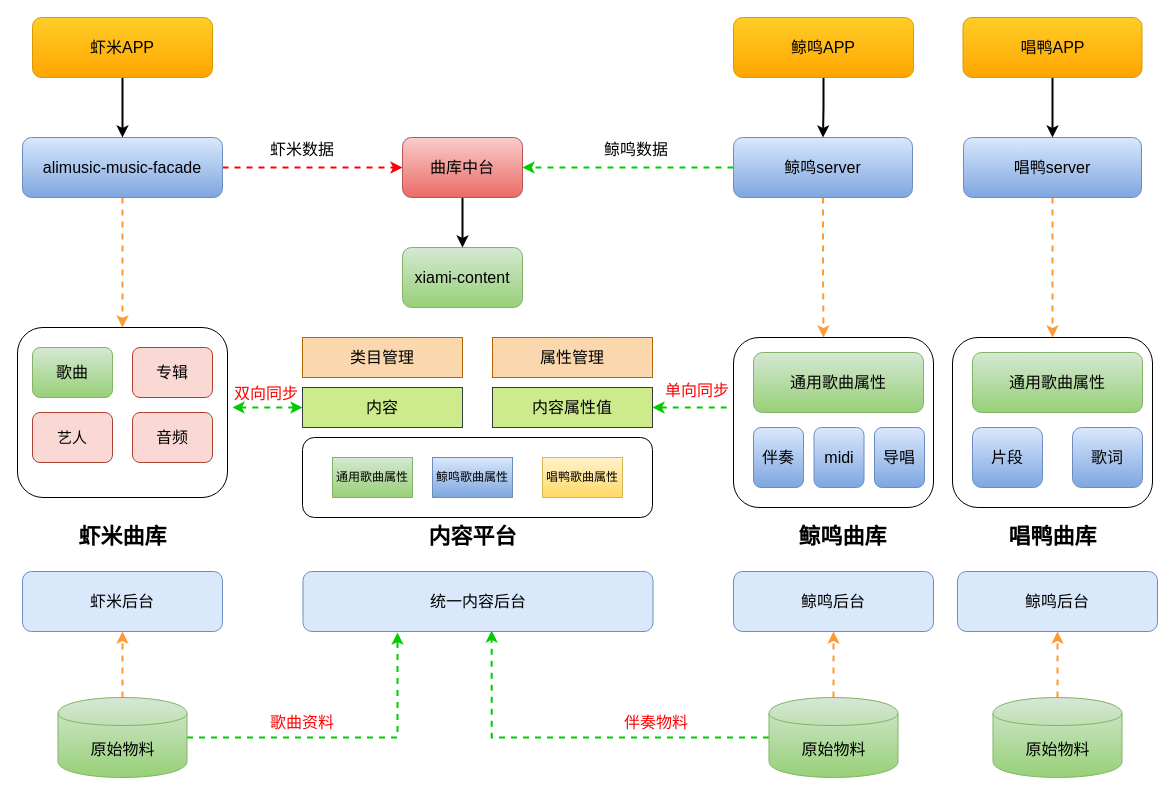
Earlier version of the draw.io diagram bigsongs.drawio (QuanCong/draw). Source tidied: cells renumbered, new cells numbered last; positions are measured from the earlier drawing's top-left corner, leaving out a move shared by most shapes. Both pictures are drawn from the tidied source at 100%, with x=0, y=0 at pixel (17, 17).
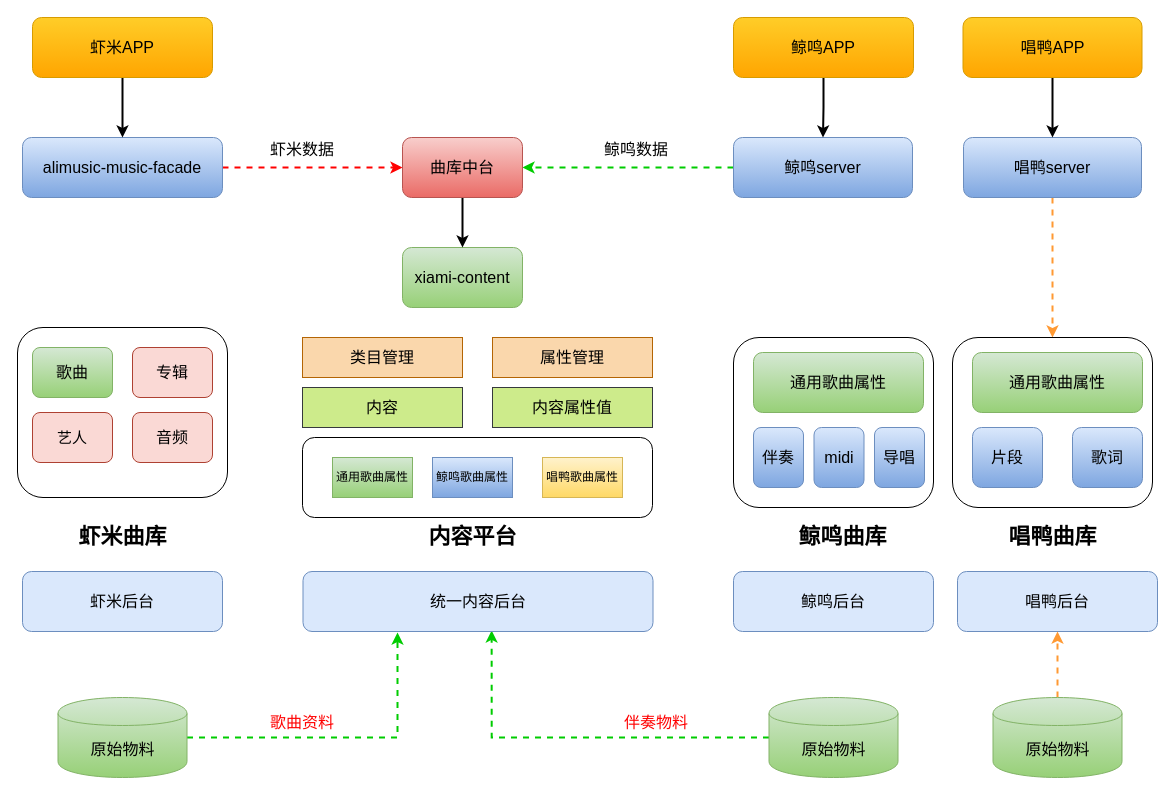
The same page after the edit.

Unchanged cells that the change refers to:
```xml
<mxCell id="4" value="alimusic-music-facade" style="rounded=1;whiteSpace=wrap;html=1;fillColor=#dae8fc;strokeColor=#6c8ebf;gradientColor=#7ea6e0;fontSize=16;" parent="1" vertex="1">
  <mxGeometry x="5" y="120" width="200" height="60" as="geometry" />
</mxCell>
<mxCell id="7" style="rounded=1;whiteSpace=wrap;html=1;" parent="6" vertex="1">
  <mxGeometry width="210" height="170" as="geometry" />
</mxCell>
<mxCell id="13" style="rounded=1;whiteSpace=wrap;html=1;" parent="12" vertex="1">
  <mxGeometry width="200" height="170" as="geometry" />
</mxCell>
<mxCell id="21" value="鲸鸣server" style="rounded=1;whiteSpace=wrap;html=1;fillColor=#dae8fc;strokeColor=#6c8ebf;gradientColor=#7ea6e0;fontSize=16;" parent="1" vertex="1">
  <mxGeometry x="716" y="120" width="179" height="60" as="geometry" />
</mxCell>
<mxCell id="46" value="原始物料" style="shape=cylinder;whiteSpace=wrap;html=1;boundedLbl=1;backgroundOutline=1;fontSize=16;gradientColor=#97d077;fillColor=#d5e8d4;strokeColor=#82b366;" parent="1" vertex="1">
  <mxGeometry x="40.5" y="680" width="129" height="80" as="geometry" />
</mxCell>
<mxCell id="49" value="原始物料" style="shape=cylinder;whiteSpace=wrap;html=1;boundedLbl=1;backgroundOutline=1;fontSize=16;gradientColor=#97d077;fillColor=#d5e8d4;strokeColor=#82b366;" parent="1" vertex="1">
  <mxGeometry x="751.5" y="680" width="129" height="80" as="geometry" />
</mxCell>
<mxCell id="50" value="虾米后台" style="rounded=1;whiteSpace=wrap;html=1;fontSize=16;fillColor=#dae8fc;strokeColor=#6c8ebf;" parent="1" vertex="1">
  <mxGeometry x="5" y="554" width="200" height="60" as="geometry" />
</mxCell>
<mxCell id="51" value="鲸鸣后台" style="rounded=1;whiteSpace=wrap;html=1;fontSize=16;fillColor=#dae8fc;strokeColor=#6c8ebf;" parent="1" vertex="1">
  <mxGeometry x="716" y="554" width="200" height="60" as="geometry" />
</mxCell>
<mxCell id="63" value="内容属性值" style="rounded=0;whiteSpace=wrap;html=1;fillColor=#cdeb8b;strokeColor=#36393d;fontSize=16;" parent="61" vertex="1">
  <mxGeometry x="190" y="50" width="160" height="40" as="geometry" />
</mxCell>
<mxCell id="64" value="内容" style="rounded=0;whiteSpace=wrap;html=1;fillColor=#cdeb8b;strokeColor=#36393d;fontSize=16;" parent="61" vertex="1">
  <mxGeometry y="50" width="160" height="40" as="geometry" />
</mxCell>
```

What changed in the source:
```diff
@@
-    <mxCell id="2" style="edgeStyle=orthogonalEdgeStyle;rounded=0;jettySize=auto;html=1;exitX=0.5;exitY=1;exitDx=0;exitDy=0;strokeColor=#FF9933;strokeWidth=2;dashed=1;" parent="1" edge="1" source="4" target="7">
-      <mxGeometry relative="1" as="geometry" />
-    </mxCell>
@@
-    <mxCell id="19" style="edgeStyle=orthogonalEdgeStyle;rounded=0;jettySize=auto;html=1;exitX=0.5;exitY=1;exitDx=0;exitDy=0;entryX=0.45;entryY=0;entryDx=0;entryDy=0;entryPerimeter=0;fontSize=22;dashed=1;strokeWidth=2;strokeColor=#FF9933;" parent="1" edge="1" source="21" target="13">
-      <mxGeometry relative="1" as="geometry" />
-    </mxCell>
@@
-    <mxCell id="40" style="edgeStyle=orthogonalEdgeStyle;rounded=0;jettySize=auto;html=1;dashed=1;startArrow=classic;startFill=1;strokeColor=#00CC00;strokeWidth=2;fontSize=16;fontColor=#FF0000;" parent="1" edge="1" source="64">
-      <mxGeometry relative="1" as="geometry">
-        <mxPoint x="215" y="390" as="targetPoint" />
-      </mxGeometry>
-    </mxCell>
-    <mxCell id="41" style="edgeStyle=orthogonalEdgeStyle;rounded=0;jettySize=auto;html=1;exitX=1;exitY=0.5;exitDx=0;exitDy=0;dashed=1;startArrow=classic;startFill=1;strokeColor=#00CC00;strokeWidth=2;fontSize=16;fontColor=#FF0000;endArrow=none;endFill=0;" parent="1" edge="1" source="63">
-      <mxGeometry relative="1" as="geometry">
-        <mxPoint x="715" y="390" as="targetPoint" />
-      </mxGeometry>
-    </mxCell>
-    <mxCell id="42" value="单向同步" style="text;html=1;align=left;verticalAlign=top;spacingTop=-4;fontSize=16;fontColor=#FF0000;" parent="1" vertex="1">
-      <mxGeometry x="645.5" y="361" width="80" height="20" as="geometry" />
-    </mxCell>
-    <mxCell id="43" value="双向同步" style="text;html=1;align=left;verticalAlign=top;spacingTop=-4;fontSize=16;fontColor=#FF0000;" parent="1" vertex="1">
-      <mxGeometry x="215" y="364" width="80" height="20" as="geometry" />
-    </mxCell>
-    <mxCell id="44" style="edgeStyle=orthogonalEdgeStyle;rounded=0;jettySize=auto;html=1;dashed=1;startArrow=none;startFill=0;endArrow=classic;endFill=1;strokeColor=#FF9933;strokeWidth=2;fontSize=16;fontColor=#FF0000;" parent="1" edge="1" source="46" target="50">
-      <mxGeometry relative="1" as="geometry" />
-    </mxCell>
@@
-    <mxCell id="47" style="edgeStyle=orthogonalEdgeStyle;rounded=0;jettySize=auto;html=1;dashed=1;startArrow=none;startFill=0;endArrow=classic;endFill=1;strokeColor=#FF9933;strokeWidth=2;fontSize=16;fontColor=#FF0000;" parent="1" edge="1" source="49" target="51">
-      <mxGeometry relative="1" as="geometry" />
-    </mxCell>
@@
-    <mxCell id="55" value="鲸鸣后台" style="rounded=1;whiteSpace=wrap;html=1;fontSize=16;fillColor=#dae8fc;strokeColor=#6c8ebf;" parent="1" vertex="1">
+    <mxCell id="55" value="唱鸭后台" style="rounded=1;whiteSpace=wrap;html=1;fontSize=16;fillColor=#dae8fc;strokeColor=#6c8ebf;" parent="1" vertex="1">
       <mxGeometry x="940" y="554" width="200" height="60" as="geometry" />
     </mxCell>
```
